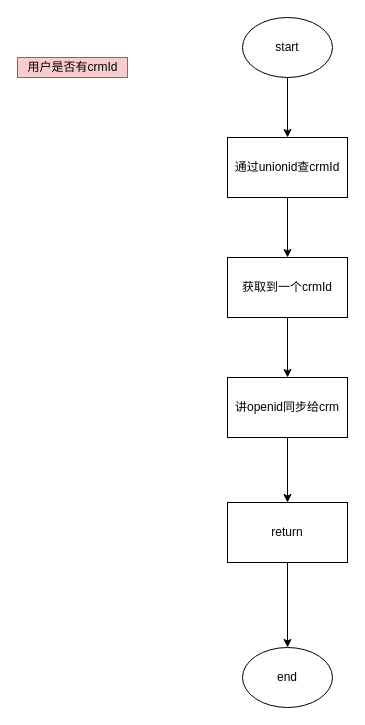
Before: miniprojectexistMember.drawio in FocusZhouGD/drawprogram, a draw.io diagram. Source tidied: cells renumbered, new cells numbered last; positions are measured from the earlier drawing's top-left corner, leaving out a move shared by most shapes. Both pictures are drawn from the tidied source at 100%, with x=0, y=0 at pixel (17, 17).
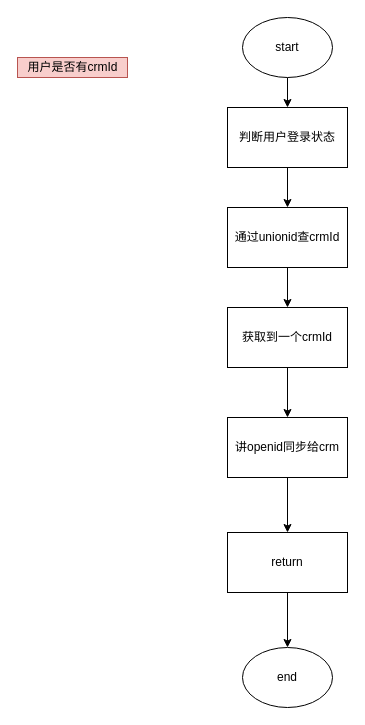
After the change.

Change to the diagram source:
```diff
@@
 <mxGraphModel>
   <root>
     <mxCell id="0" />
     <mxCell id="1" parent="0" />
-    <mxCell id="2" style="edgeStyle=orthogonalEdgeStyle;rounded=0;jettySize=auto;html=1;" parent="1" edge="1" source="3" target="5">
-      <mxGeometry relative="1" as="geometry" />
-    </mxCell>
+    <mxCell id="14" style="edgeStyle=orthogonalEdgeStyle;rounded=0;jettySize=auto;html=1;" parent="1" edge="1" source="3" target="16">
+      <mxGeometry relative="1" as="geometry" />
+    </mxCell>
     <mxCell id="3" value="start" style="ellipse;whiteSpace=wrap;html=1;" parent="1" vertex="1">
       <mxGeometry x="225" width="90" height="60" as="geometry" />
     </mxCell>
     <mxCell id="4" style="edgeStyle=orthogonalEdgeStyle;rounded=0;jettySize=auto;html=1;" parent="1" edge="1" source="5" target="7">
       <mxGeometry relative="1" as="geometry" />
     </mxCell>
     <mxCell id="5" value="通过unionid查crmId" style="rounded=0;whiteSpace=wrap;html=1;" parent="1" vertex="1">
-      <mxGeometry x="210" y="120" width="120" height="60" as="geometry" />
+      <mxGeometry x="210" y="190" width="120" height="60" as="geometry" />
     </mxCell>
     <mxCell id="6" style="edgeStyle=orthogonalEdgeStyle;rounded=0;jettySize=auto;html=1;" parent="1" edge="1" source="7" target="9">
       <mxGeometry relative="1" as="geometry" />
     </mxCell>
     <mxCell id="7" value="获取到一个crmId" style="rounded=0;whiteSpace=wrap;html=1;" parent="1" vertex="1">
-      <mxGeometry x="210" y="240" width="120" height="60" as="geometry" />
+      <mxGeometry x="210" y="290" width="120" height="60" as="geometry" />
     </mxCell>
     <mxCell id="8" style="edgeStyle=orthogonalEdgeStyle;rounded=0;jettySize=auto;html=1;" parent="1" edge="1" source="9" target="11">
       <mxGeometry relative="1" as="geometry" />
     </mxCell>
     <mxCell id="9" value="讲openid同步给crm" style="rounded=0;whiteSpace=wrap;html=1;" parent="1" vertex="1">
-      <mxGeometry x="210" y="360" width="120" height="60" as="geometry" />
+      <mxGeometry x="210" y="400" width="120" height="60" as="geometry" />
     </mxCell>
     <mxCell id="10" style="edgeStyle=orthogonalEdgeStyle;rounded=0;jettySize=auto;html=1;" parent="1" edge="1" source="11" target="12">
       <mxGeometry relative="1" as="geometry" />
     </mxCell>
     <mxCell id="11" value="return" style="rounded=0;whiteSpace=wrap;html=1;" parent="1" vertex="1">
-      <mxGeometry x="210" y="485" width="120" height="60" as="geometry" />
+      <mxGeometry x="210" y="515" width="120" height="60" as="geometry" />
     </mxCell>
     <mxCell id="12" value="end" style="ellipse;whiteSpace=wrap;html=1;" parent="1" vertex="1">
       <mxGeometry x="225" y="630" width="90" height="60" as="geometry" />
     </mxCell>
     <mxCell id="13" value="用户是否有crmId" style="text;html=1;align=center;verticalAlign=middle;strokeColor=#b85450;fillColor=#f8cecc;" parent="1" vertex="1">
       <mxGeometry y="40" width="110" height="20" as="geometry" />
     </mxCell>
+    <mxCell id="15" style="edgeStyle=orthogonalEdgeStyle;rounded=0;jettySize=auto;html=1;" parent="1" edge="1" source="16" target="5">
+      <mxGeometry relative="1" as="geometry" />
+    </mxCell>
+    <mxCell id="16" value="判断用户登录状态" style="rounded=0;whiteSpace=wrap;html=1;" parent="1" vertex="1">
+      <mxGeometry x="210" y="90" width="120" height="60" as="geometry" />
+    </mxCell>
   </root>
 </mxGraphModel>
```
